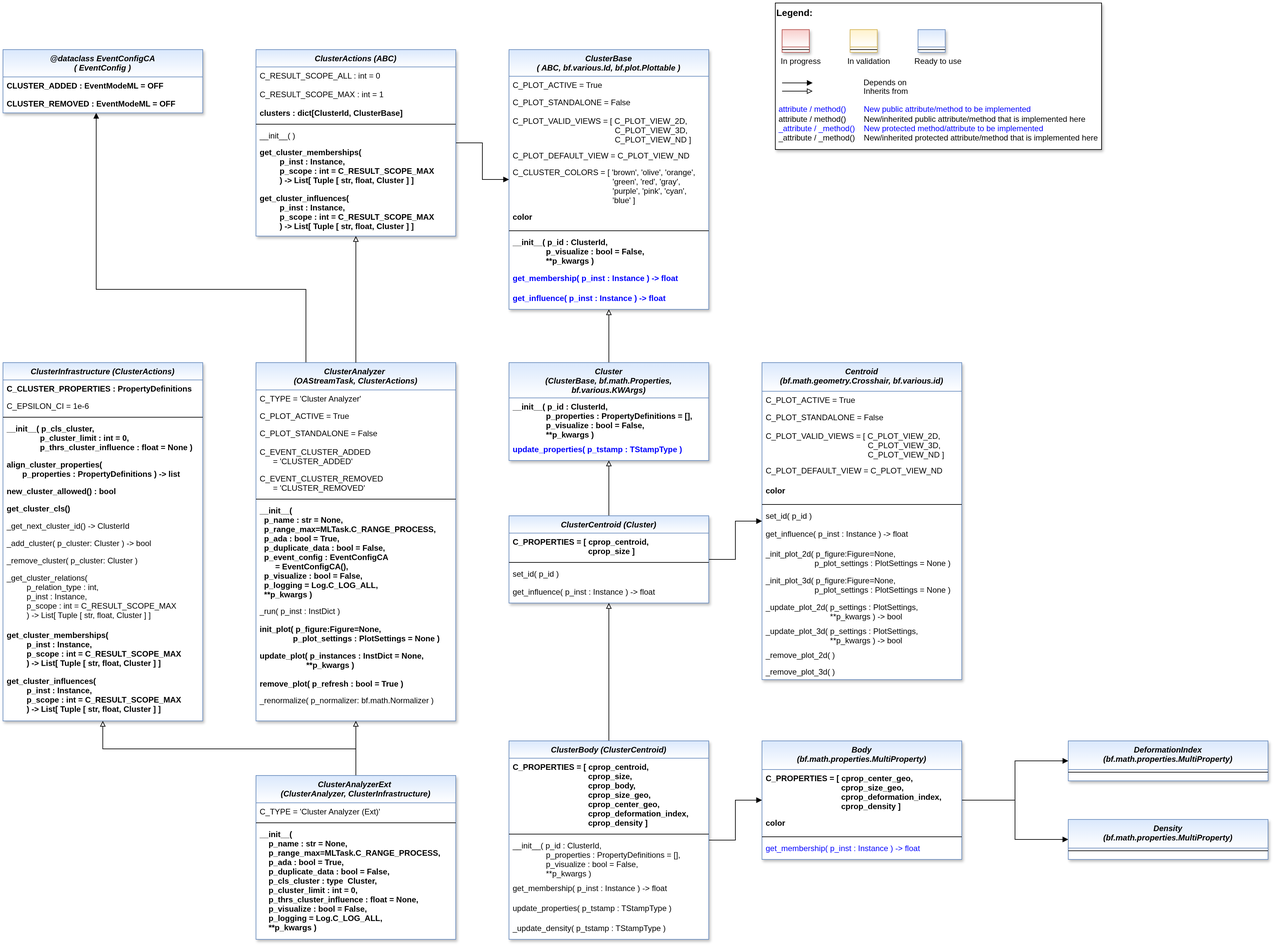
Before: doc/rtd/content/99_appendices/appendix2/sub/mlpro_oa/streams/20_cluster_analysis/images/MLPro-OA-Cluster_Analyzers_class_diagram.drawio.png, a diagram exported from draw.io (blueaic/mlpro). Source tidied: cells renumbered, new cells last; positions are measured from the earlier drawing's top-left corner, leaving out a move shared by most shapes.
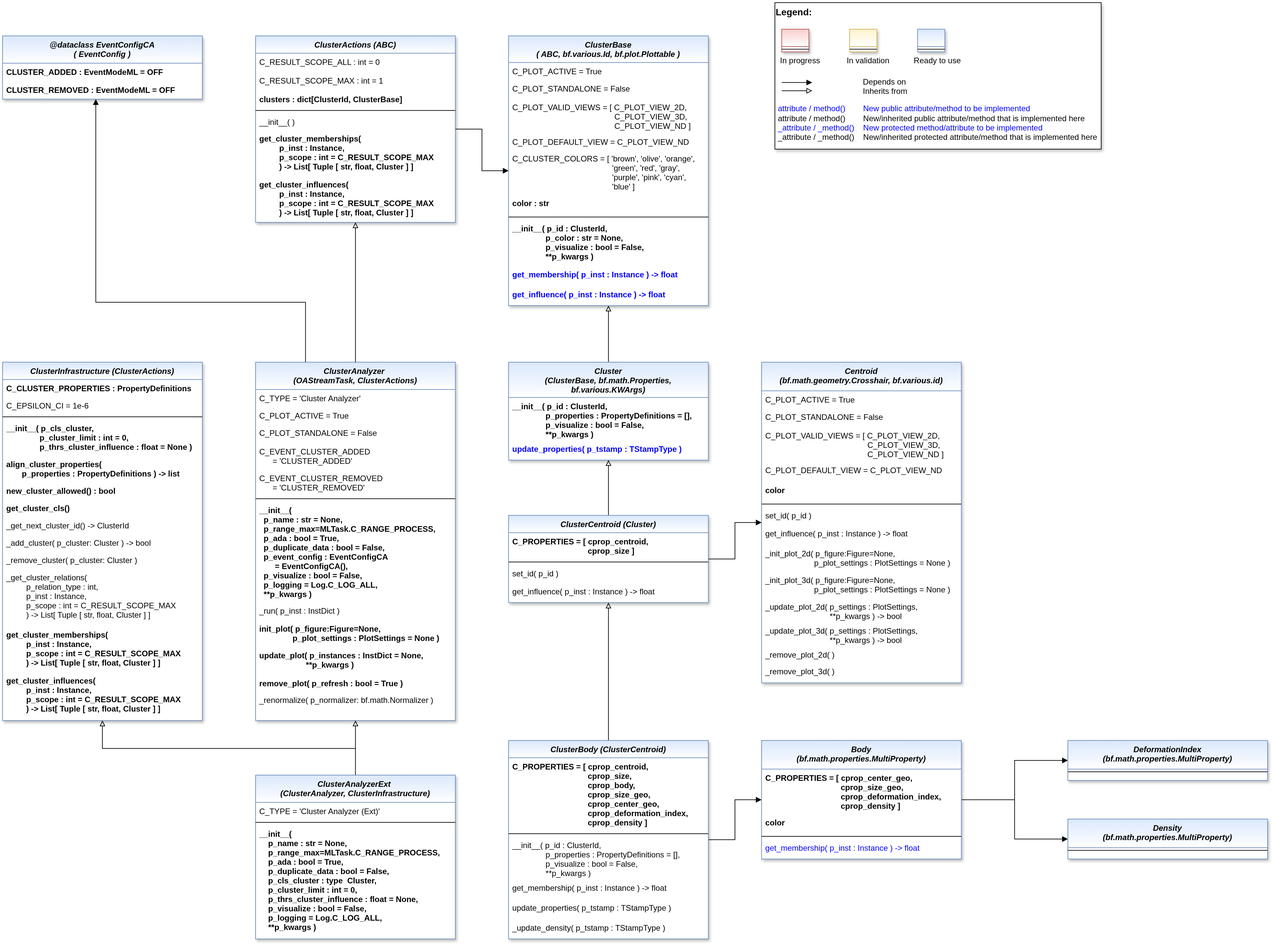
The same diagram one commit later.

Commit message:
Refact: Extended cluster model Fixes #29

Diff of the diagram source:
```diff
@@ -2,12 +2,11 @@
   <root>
     <mxCell id="0" />
     <mxCell id="1" parent="0" />
-    <mxCell id="2" style="edgeStyle=orthogonalEdgeStyle;rounded=0;jettySize=auto;html=1;endArrow=block;endFill=1;" parent="1" edge="1" target="102">
+    <mxCell id="2" style="edgeStyle=orthogonalEdgeStyle;rounded=0;jettySize=auto;html=1;endArrow=block;endFill=1;exitX=0.25;exitY=0;exitDx=0;exitDy=0;" parent="1" edge="1" source="3" target="102">
       <mxGeometry relative="1" as="geometry">
-        <mxPoint x="455" y="550" as="sourcePoint" />
         <Array as="points">
-          <mxPoint x="455" y="430" />
-          <mxPoint x="140" y="430" />
+          <mxPoint x="455" y="450" />
+          <mxPoint x="140" y="450" />
         </Array>
       </mxGeometry>
     </mxCell>
@@ -154,7 +153,7 @@
       <mxGeometry y="268" width="300" height="30" as="geometry" />
     </mxCell>
     <mxCell id="46" value="Centroid&#10;(bf.math.geometry.Crosshair, bf.various.id)" style="swimlane;fontStyle=3;align=center;verticalAlign=top;horizontal=1;startSize=43;rounded=0;shadow=1;strokeWidth=1;fillColor=#dae8fc;strokeColor=#6c8ebf;swimlaneFillColor=#ffffff;gradientColor=#FFFFFF;" parent="1" vertex="1">
-      <mxGeometry x="1140" y="540" width="300" height="476" as="geometry" />
+      <mxGeometry x="1140" y="540" width="300" height="481.5" as="geometry" />
     </mxCell>
     <mxCell id="47" value="C_PLOT_ACTIVE = True" style="text;align=left;verticalAlign=top;spacingLeft=4;spacingRight=4;overflow=hidden;fontColor=default;" parent="46" vertex="1">
       <mxGeometry y="43" width="300" height="26" as="geometry" />
@@ -237,7 +236,7 @@
       <mxGeometry relative="1" as="geometry" />
     </mxCell>
     <mxCell id="73" value="ClusterActions (ABC)" style="swimlane;fontStyle=3;align=center;verticalAlign=top;horizontal=1;startSize=26;rounded=0;shadow=1;strokeWidth=1;fillColor=#dae8fc;strokeColor=#6c8ebf;swimlaneFillColor=#ffffff;gradientColor=#FFFFFF;" parent="1" vertex="1">
-      <mxGeometry x="380" y="70" width="300" height="280" as="geometry" />
+      <mxGeometry x="380" y="50" width="300" height="280" as="geometry" />
     </mxCell>
     <mxCell id="74" value="C_RESULT_SCOPE_ALL : int = 0" style="text;align=left;verticalAlign=top;spacingLeft=4;spacingRight=4;overflow=hidden;fontColor=default;" parent="73" vertex="1">
       <mxGeometry y="26" width="300" height="28" as="geometry" />
@@ -329,7 +328,7 @@
       <mxGeometry y="75" width="300" height="165" as="geometry" />
     </mxCell>
     <mxCell id="102" value="@dataclass EventConfigCA&#10;( EventConfig )" style="swimlane;fontStyle=3;align=center;verticalAlign=top;horizontal=1;startSize=41;rounded=0;shadow=1;strokeWidth=1;fillColor=#dae8fc;strokeColor=#6c8ebf;swimlaneFillColor=#ffffff;gradientColor=#FFFFFF;" parent="1" vertex="1">
-      <mxGeometry y="70" width="300" height="95" as="geometry" />
+      <mxGeometry y="50" width="300" height="95" as="geometry" />
     </mxCell>
     <mxCell id="103" value="CLUSTER_ADDED : EventModeML = OFF" style="text;align=left;verticalAlign=top;spacingLeft=4;spacingRight=4;overflow=hidden;fontColor=default;fontStyle=1;" parent="102" vertex="1">
       <mxGeometry y="41" width="300" height="27" as="geometry" />
@@ -338,7 +337,7 @@
       <mxGeometry y="68" width="300" height="27" as="geometry" />
     </mxCell>
     <mxCell id="105" value="ClusterBase&#10;( ABC, bf.various.Id, bf.plot.Plottable )" style="swimlane;fontStyle=3;align=center;verticalAlign=top;horizontal=1;startSize=40;rounded=0;shadow=1;strokeWidth=1;fillColor=#dae8fc;strokeColor=#6c8ebf;swimlaneFillColor=#ffffff;gradientColor=#FFFFFF;" parent="1" vertex="1">
-      <mxGeometry x="760" y="70" width="300" height="390" as="geometry" />
+      <mxGeometry x="760" y="50" width="300" height="405" as="geometry" />
     </mxCell>
     <mxCell id="106" value="C_PLOT_ACTIVE = True" style="text;align=left;verticalAlign=top;spacingLeft=4;spacingRight=4;overflow=hidden;fontColor=default;" parent="105" vertex="1">
       <mxGeometry y="40" width="300" height="26" as="geometry" />
@@ -355,20 +354,20 @@
     <mxCell id="110" value="C_CLUSTER_COLORS = [ 'brown', 'olive', 'orange', &#10;                                             'green', 'red', 'gray', &#10;                                             'purple', 'pink', 'cyan',&#10;                                             'blue' ]" style="text;align=left;verticalAlign=top;spacingLeft=4;spacingRight=4;overflow=hidden;fontColor=default;" parent="105" vertex="1">
       <mxGeometry y="171" width="300" height="67" as="geometry" />
     </mxCell>
-    <mxCell id="111" value="color" style="text;align=left;verticalAlign=top;spacingLeft=4;spacingRight=4;overflow=hidden;fontColor=default;fontStyle=1;" parent="105" vertex="1">
+    <mxCell id="111" value="color : str" style="text;align=left;verticalAlign=top;spacingLeft=4;spacingRight=4;overflow=hidden;fontColor=default;fontStyle=1;" parent="105" vertex="1">
       <mxGeometry y="238" width="300" height="30" as="geometry" />
     </mxCell>
     <mxCell id="112" style="line;html=1;strokeWidth=1;align=left;verticalAlign=middle;spacingTop=-1;spacingLeft=3;spacingRight=3;labelPosition=right;" parent="105" vertex="1">
       <mxGeometry y="268" width="300" height="8" as="geometry" />
     </mxCell>
-    <mxCell id="113" value="__init__( p_id : ClusterId, &#10;               p_visualize : bool = False,&#10;               **p_kwargs )" style="text;align=left;verticalAlign=top;spacingLeft=4;spacingRight=4;overflow=hidden;fontColor=default;fontStyle=1;" parent="105" vertex="1">
-      <mxGeometry y="276" width="300" height="54" as="geometry" />
+    <mxCell id="113" value="__init__( p_id : ClusterId,&#10;               p_color : str = None,  &#10;               p_visualize : bool = False,&#10;               **p_kwargs )" style="text;align=left;verticalAlign=top;spacingLeft=4;spacingRight=4;overflow=hidden;fontColor=default;fontStyle=1;" parent="105" vertex="1">
+      <mxGeometry y="276" width="300" height="69" as="geometry" />
     </mxCell>
     <mxCell id="114" value="get_membership( p_inst : Instance ) -&gt; float" style="text;align=left;verticalAlign=top;spacingLeft=4;spacingRight=4;overflow=hidden;fontColor=#0000FF;fontStyle=1;" parent="105" vertex="1">
-      <mxGeometry y="330" width="300" height="30" as="geometry" />
+      <mxGeometry y="345" width="300" height="30" as="geometry" />
     </mxCell>
     <mxCell id="115" value="get_influence( p_inst : Instance ) -&gt; float" style="text;align=left;verticalAlign=top;spacingLeft=4;spacingRight=4;overflow=hidden;fontColor=#0000FF;fontStyle=1;" parent="105" vertex="1">
-      <mxGeometry y="360" width="300" height="30" as="geometry" />
+      <mxGeometry y="375" width="300" height="30" as="geometry" />
     </mxCell>
   </root>
 </mxGraphModel>
```
